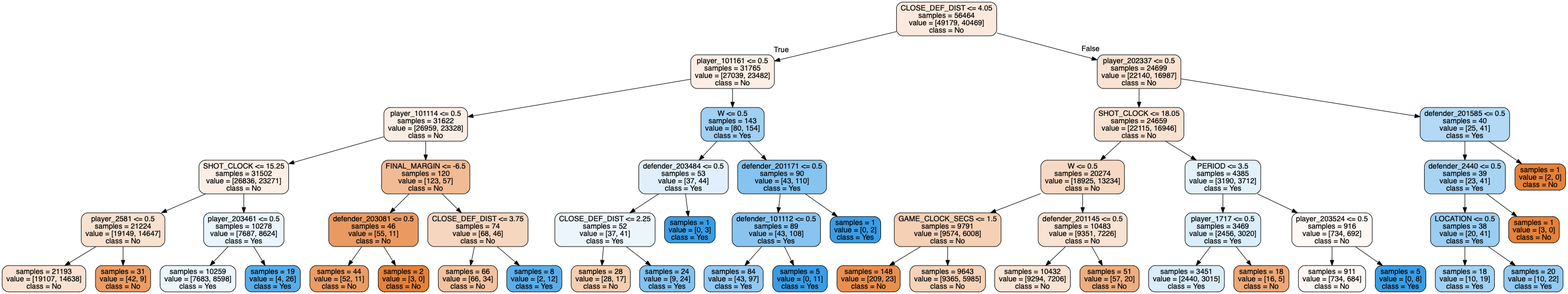
Earlier version of the Graphviz export forest_tree_new5.png (tianyi5309/303project). Its source is kept beside it as forest_tree_new5.dot.
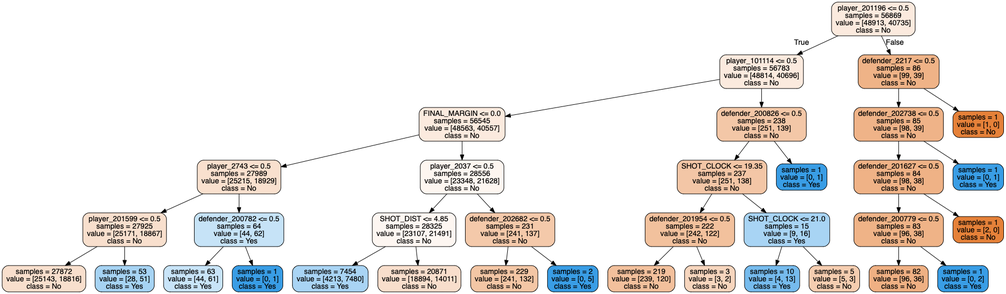
After the commit.

Diff of the diagram source:
```diff
@@ -1,105 +1,73 @@
 digraph Tree {
 node [shape=box, style="filled, rounded", color="black", fontname=helvetica] ;
 edge [fontname=helvetica] ;
-0 [label="CLOSE_DEF_DIST <= 4.05\nsamples = 56464\nvalue = [49179, 40469]\nclass = No", fillcolor="#fae9dc"] ;
-1 [label="player_101161 <= 0.5\nsamples = 31765\nvalue = [27039, 23482]\nclass = No", fillcolor="#fceee5"] ;
+0 [label="player_201196 <= 0.5\nsamples = 56869\nvalue = [48913, 40735]\nclass = No", fillcolor="#fbeade"] ;
+1 [label="player_101114 <= 0.5\nsamples = 56783\nvalue = [48814, 40696]\nclass = No", fillcolor="#fbeade"] ;
 0 -> 1 [labeldistance=2.5, labelangle=45, headlabel="True"] ;
-2 [label="player_101114 <= 0.5\nsamples = 31622\nvalue = [26959, 23328]\nclass = No", fillcolor="#fbeee4"] ;
+2 [label="FINAL_MARGIN <= 0.0\nsamples = 56545\nvalue = [48563, 40557]\nclass = No", fillcolor="#fbeade"] ;
 1 -> 2 ;
-3 [label="SHOT_CLOCK <= 15.25\nsamples = 31502\nvalue = [26836, 23271]\nclass = No", fillcolor="#fceee5"] ;
+3 [label="player_2743 <= 0.5\nsamples = 27989\nvalue = [25215, 18929]\nclass = No", fillcolor="#f9e0ce"] ;
 2 -> 3 ;
-4 [label="player_2581 <= 0.5\nsamples = 21224\nvalue = [19149, 14647]\nclass = No", fillcolor="#f9e1d0"] ;
+4 [label="player_201599 <= 0.5\nsamples = 27925\nvalue = [25171, 18867]\nclass = No", fillcolor="#f8dfcd"] ;
 3 -> 4 ;
-5 [label="samples = 21193\nvalue = [19107, 14638]\nclass = No", fillcolor="#f9e2d1"] ;
+5 [label="samples = 27872\nvalue = [25143, 18816]\nclass = No", fillcolor="#f8dfcd"] ;
 4 -> 5 ;
-6 [label="samples = 31\nvalue = [42, 9]\nclass = No", fillcolor="#eb9c63"] ;
+6 [label="samples = 53\nvalue = [28, 51]\nclass = Yes", fillcolor="#a6d3f3"] ;
 4 -> 6 ;
-7 [label="player_203461 <= 0.5\nsamples = 10278\nvalue = [7687, 8624]\nclass = Yes", fillcolor="#e9f4fc"] ;
+7 [label="defender_200782 <= 0.5\nsamples = 64\nvalue = [44, 62]\nclass = Yes", fillcolor="#c6e3f7"] ;
 3 -> 7 ;
-8 [label="samples = 10259\nvalue = [7683, 8598]\nclass = Yes", fillcolor="#eaf5fc"] ;
+8 [label="samples = 63\nvalue = [44, 61]\nclass = Yes", fillcolor="#c8e4f8"] ;
 7 -> 8 ;
-9 [label="samples = 19\nvalue = [4, 26]\nclass = Yes", fillcolor="#57ace9"] ;
+9 [label="samples = 1\nvalue = [0, 1]\nclass = Yes", fillcolor="#399de5"] ;
 7 -> 9 ;
-10 [label="FINAL_MARGIN <= -6.5\nsamples = 120\nvalue = [123, 57]\nclass = No", fillcolor="#f1bb95"] ;
+10 [label="player_2037 <= 0.5\nsamples = 28556\nvalue = [23348, 21628]\nclass = No", fillcolor="#fdf6f0"] ;
 2 -> 10 ;
-11 [label="defender_203081 <= 0.5\nsamples = 46\nvalue = [55, 11]\nclass = No", fillcolor="#ea9a61"] ;
+11 [label="SHOT_DIST <= 4.85\nsamples = 28325\nvalue = [23107, 21491]\nclass = No", fillcolor="#fdf6f1"] ;
 10 -> 11 ;
-12 [label="samples = 44\nvalue = [52, 11]\nclass = No", fillcolor="#ea9c63"] ;
+12 [label="samples = 7454\nvalue = [4213, 7480]\nclass = Yes", fillcolor="#a9d4f4"] ;
 11 -> 12 ;
-13 [label="samples = 2\nvalue = [3, 0]\nclass = No", fillcolor="#e58139"] ;
+13 [label="samples = 20871\nvalue = [18894, 14011]\nclass = No", fillcolor="#f8decc"] ;
 11 -> 13 ;
-14 [label="CLOSE_DEF_DIST <= 3.75\nsamples = 74\nvalue = [68, 46]\nclass = No", fillcolor="#f7d6bf"] ;
+14 [label="defender_202682 <= 0.5\nsamples = 231\nvalue = [241, 137]\nclass = No", fillcolor="#f4c9aa"] ;
 10 -> 14 ;
-15 [label="samples = 66\nvalue = [66, 34]\nclass = No", fillcolor="#f2c29f"] ;
+15 [label="samples = 229\nvalue = [241, 132]\nclass = No", fillcolor="#f3c6a5"] ;
 14 -> 15 ;
-16 [label="samples = 8\nvalue = [2, 12]\nclass = Yes", fillcolor="#5aade9"] ;
+16 [label="samples = 2\nvalue = [0, 5]\nclass = Yes", fillcolor="#399de5"] ;
 14 -> 16 ;
-17 [label="W <= 0.5\nsamples = 143\nvalue = [80, 154]\nclass = Yes", fillcolor="#a0d0f3"] ;
+17 [label="defender_200826 <= 0.5\nsamples = 238\nvalue = [251, 139]\nclass = No", fillcolor="#f3c7a7"] ;
 1 -> 17 ;
-18 [label="defender_203484 <= 0.5\nsamples = 53\nvalue = [37, 44]\nclass = Yes", fillcolor="#e0effb"] ;
+18 [label="SHOT_CLOCK <= 19.35\nsamples = 237\nvalue = [251, 138]\nclass = No", fillcolor="#f3c6a6"] ;
 17 -> 18 ;
-19 [label="CLOSE_DEF_DIST <= 2.25\nsamples = 52\nvalue = [37, 41]\nclass = Yes", fillcolor="#ecf5fc"] ;
+19 [label="defender_201954 <= 0.5\nsamples = 222\nvalue = [242, 122]\nclass = No", fillcolor="#f2c19d"] ;
 18 -> 19 ;
-20 [label="samples = 28\nvalue = [28, 17]\nclass = No", fillcolor="#f5ceb1"] ;
+20 [label="samples = 219\nvalue = [239, 120]\nclass = No", fillcolor="#f2c09c"] ;
 19 -> 20 ;
-21 [label="samples = 24\nvalue = [9, 24]\nclass = Yes", fillcolor="#83c2ef"] ;
+21 [label="samples = 3\nvalue = [3, 2]\nclass = No", fillcolor="#f6d5bd"] ;
 19 -> 21 ;
-22 [label="samples = 1\nvalue = [0, 3]\nclass = Yes", fillcolor="#399de5"] ;
+22 [label="SHOT_CLOCK <= 21.0\nsamples = 15\nvalue = [9, 16]\nclass = Yes", fillcolor="#a8d4f4"] ;
 18 -> 22 ;
-23 [label="defender_201171 <= 0.5\nsamples = 90\nvalue = [43, 110]\nclass = Yes", fillcolor="#86c3ef"] ;
-17 -> 23 ;
-24 [label="defender_101112 <= 0.5\nsamples = 89\nvalue = [43, 108]\nclass = Yes", fillcolor="#88c4ef"] ;
-23 -> 24 ;
-25 [label="samples = 84\nvalue = [43, 97]\nclass = Yes", fillcolor="#91c8f1"] ;
-24 -> 25 ;
-26 [label="samples = 5\nvalue = [0, 11]\nclass = Yes", fillcolor="#399de5"] ;
-24 -> 26 ;
-27 [label="samples = 1\nvalue = [0, 2]\nclass = Yes", fillcolor="#399de5"] ;
-23 -> 27 ;
-28 [label="player_202337 <= 0.5\nsamples = 24699\nvalue = [22140, 16987]\nclass = No", fillcolor="#f9e2d1"] ;
-0 -> 28 [labeldistance=2.5, labelangle=-45, headlabel="False"] ;
-29 [label="SHOT_CLOCK <= 18.05\nsamples = 24659\nvalue = [22115, 16946]\nclass = No", fillcolor="#f9e2d1"] ;
+23 [label="samples = 10\nvalue = [4, 13]\nclass = Yes", fillcolor="#76bbed"] ;
+22 -> 23 ;
+24 [label="samples = 5\nvalue = [5, 3]\nclass = No", fillcolor="#f5cdb0"] ;
+22 -> 24 ;
+25 [label="samples = 1\nvalue = [0, 1]\nclass = Yes", fillcolor="#399de5"] ;
+17 -> 25 ;
+26 [label="defender_2217 <= 0.5\nsamples = 86\nvalue = [99, 39]\nclass = No", fillcolor="#efb387"] ;
+0 -> 26 [labeldistance=2.5, labelangle=-45, headlabel="False"] ;
+27 [label="defender_202738 <= 0.5\nsamples = 85\nvalue = [98, 39]\nclass = No", fillcolor="#efb388"] ;
+26 -> 27 ;
+28 [label="defender_201627 <= 0.5\nsamples = 84\nvalue = [98, 38]\nclass = No", fillcolor="#efb286"] ;
+27 -> 28 ;
+29 [label="defender_200779 <= 0.5\nsamples = 83\nvalue = [96, 38]\nclass = No", fillcolor="#efb387"] ;
 28 -> 29 ;
-30 [label="W <= 0.5\nsamples = 20274\nvalue = [18925, 13234]\nclass = No", fillcolor="#f7d9c3"] ;
+30 [label="samples = 82\nvalue = [96, 36]\nclass = No", fillcolor="#efb083"] ;
 29 -> 30 ;
-31 [label="GAME_CLOCK_SECS <= 1.5\nsamples = 9791\nvalue = [9574, 6008]\nclass = No", fillcolor="#f5d0b5"] ;
-30 -> 31 ;
-32 [label="samples = 148\nvalue = [209, 23]\nclass = No", fillcolor="#e88f4f"] ;
-31 -> 32 ;
-33 [label="samples = 9643\nvalue = [9365, 5985]\nclass = No", fillcolor="#f6d2b8"] ;
-31 -> 33 ;
-34 [label="defender_201145 <= 0.5\nsamples = 10483\nvalue = [9351, 7226]\nclass = No", fillcolor="#f9e2d2"] ;
-30 -> 34 ;
-35 [label="samples = 10432\nvalue = [9294, 7206]\nclass = No", fillcolor="#f9e3d3"] ;
-34 -> 35 ;
-36 [label="samples = 51\nvalue = [57, 20]\nclass = No", fillcolor="#eead7e"] ;
-34 -> 36 ;
-37 [label="PERIOD <= 3.5\nsamples = 4385\nvalue = [3190, 3712]\nclass = Yes", fillcolor="#e3f1fb"] ;
-29 -> 37 ;
-38 [label="player_1717 <= 0.5\nsamples = 3469\nvalue = [2456, 3020]\nclass = Yes", fillcolor="#daedfa"] ;
-37 -> 38 ;
-39 [label="samples = 3451\nvalue = [2440, 3015]\nclass = Yes", fillcolor="#d9ecfa"] ;
-38 -> 39 ;
-40 [label="samples = 18\nvalue = [16, 5]\nclass = No", fillcolor="#eda877"] ;
-38 -> 40 ;
-41 [label="player_203524 <= 0.5\nsamples = 916\nvalue = [734, 692]\nclass = No", fillcolor="#fef8f4"] ;
-37 -> 41 ;
-42 [label="samples = 911\nvalue = [734, 684]\nclass = No", fillcolor="#fdf6f2"] ;
-41 -> 42 ;
-43 [label="samples = 5\nvalue = [0, 8]\nclass = Yes", fillcolor="#399de5"] ;
-41 -> 43 ;
-44 [label="defender_201585 <= 0.5\nsamples = 40\nvalue = [25, 41]\nclass = Yes", fillcolor="#b2d9f5"] ;
-28 -> 44 ;
-45 [label="defender_2440 <= 0.5\nsamples = 39\nvalue = [23, 41]\nclass = Yes", fillcolor="#a8d4f4"] ;
-44 -> 45 ;
-46 [label="LOCATION <= 0.5\nsamples = 38\nvalue = [20, 41]\nclass = Yes", fillcolor="#9acdf2"] ;
-45 -> 46 ;
-47 [label="samples = 18\nvalue = [10, 19]\nclass = Yes", fillcolor="#a1d1f3"] ;
-46 -> 47 ;
-48 [label="samples = 20\nvalue = [10, 22]\nclass = Yes", fillcolor="#93caf1"] ;
-46 -> 48 ;
-49 [label="samples = 1\nvalue = [3, 0]\nclass = No", fillcolor="#e58139"] ;
-45 -> 49 ;
-50 [label="samples = 1\nvalue = [2, 0]\nclass = No", fillcolor="#e58139"] ;
-44 -> 50 ;
+31 [label="samples = 1\nvalue = [0, 2]\nclass = Yes", fillcolor="#399de5"] ;
+29 -> 31 ;
+32 [label="samples = 1\nvalue = [2, 0]\nclass = No", fillcolor="#e58139"] ;
+28 -> 32 ;
+33 [label="samples = 1\nvalue = [0, 1]\nclass = Yes", fillcolor="#399de5"] ;
+27 -> 33 ;
+34 [label="samples = 1\nvalue = [1, 0]\nclass = No", fillcolor="#e58139"] ;
+26 -> 34 ;
 }
```
